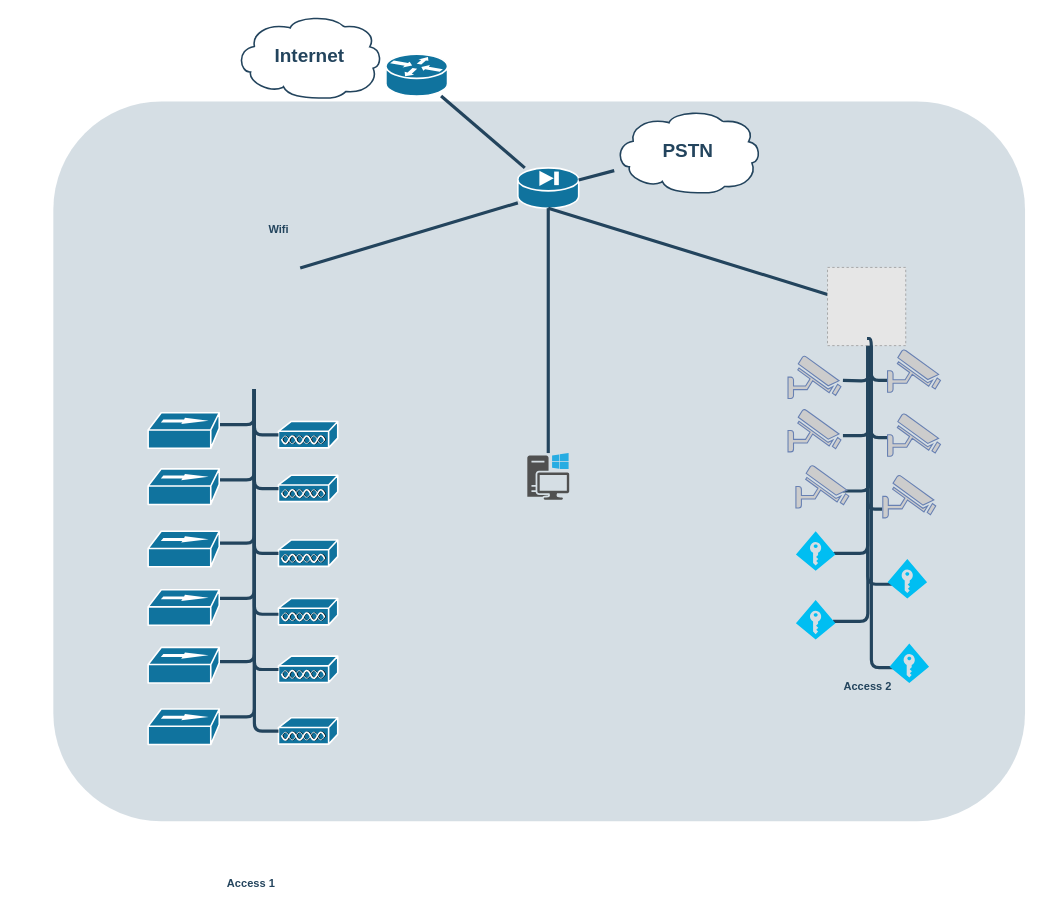
0002itz/pruevas-registro-de-seguridad keeps this draw.io diagram as Atualidad de SDM.drawio. Above is the earlier version. Source tidied: cells renumbered, new cells numbered last; positions are measured from the earlier drawing's top-left corner, leaving out a move shared by most shapes. Both pictures are drawn from the tidied source at 79%, with x=0, y=0 at pixel (53, 14). Pictures stored in the file or linked from it are replaced by grey dashed boxes.
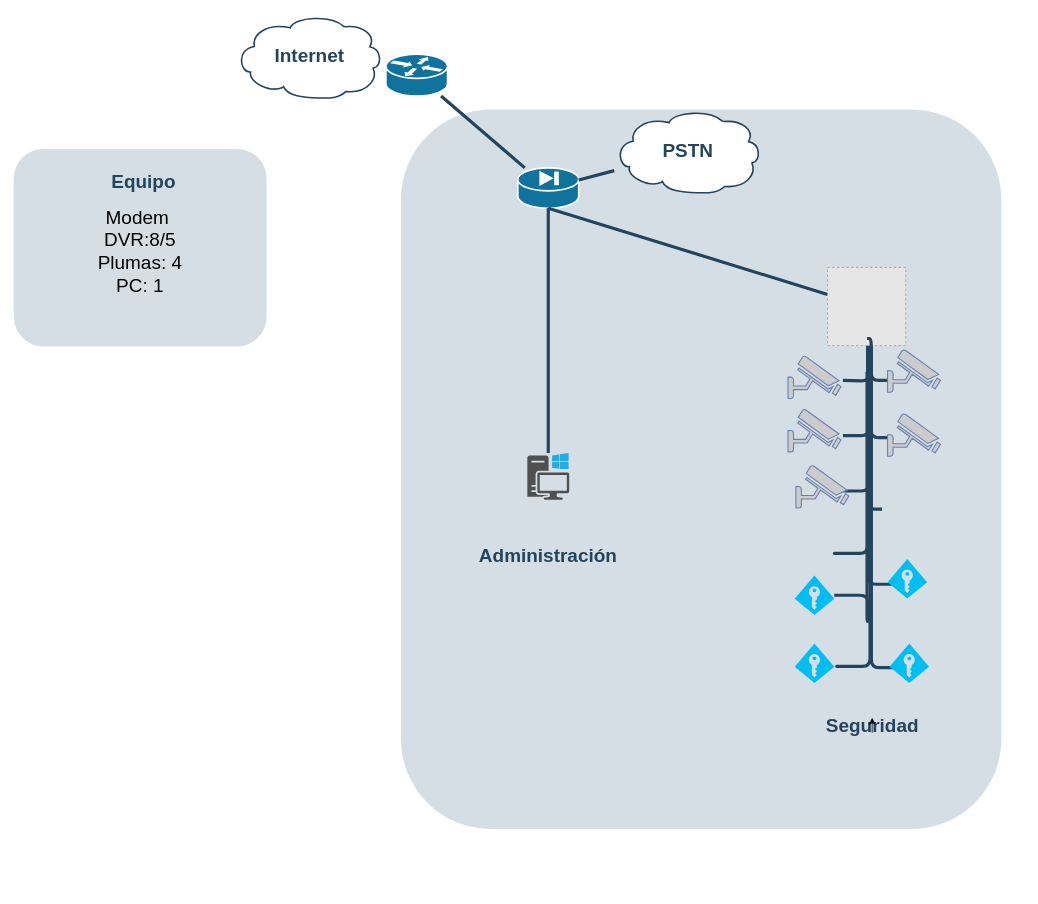
Above is the later version.

What changed in the source:
```diff
@@
     <mxCell id="2" style="rounded=1;whiteSpace=wrap;html=1;strokeColor=none;fillColor=#BAC8D3;fontSize=24;fontColor=#23445D;align=center;opacity=60;" parent="1" vertex="1">
-      <mxGeometry y="110" width="1230" height="911" as="geometry" />
+      <mxGeometry x="440" y="120" width="760" height="911" as="geometry" />
     </mxCell>
@@
-    <mxCell id="6" style="shape=mxgraph.cisco.misc.access_point;html=1;dashed=0;fillColor=#10739E;strokeColor=#ffffff;strokeWidth=2;verticalLabelPosition=bottom;verticalAlign=top;fontFamily=Helvetica;fontSize=36;fontColor=#FFB366;" parent="1" vertex="1">
-      <mxGeometry x="285" y="515" width="75" height="34" as="geometry" />
-    </mxCell>
-    <mxCell id="7" style="shape=mxgraph.cisco.misc.access_point;html=1;dashed=0;fillColor=#10739E;strokeColor=#ffffff;strokeWidth=2;verticalLabelPosition=bottom;verticalAlign=top;fontFamily=Helvetica;fontSize=36;fontColor=#FFB366;" parent="1" vertex="1">
-      <mxGeometry x="285" y="583" width="75" height="34" as="geometry" />
-    </mxCell>
-    <mxCell id="8" style="shape=mxgraph.cisco.misc.access_point;html=1;dashed=0;fillColor=#10739E;strokeColor=#ffffff;strokeWidth=2;verticalLabelPosition=bottom;verticalAlign=top;fontFamily=Helvetica;fontSize=36;fontColor=#FFB366;" parent="1" vertex="1">
-      <mxGeometry x="285" y="812" width="75" height="34" as="geometry" />
-    </mxCell>
-    <mxCell id="9" style="shape=mxgraph.cisco.misc.access_point;html=1;dashed=0;fillColor=#10739E;strokeColor=#ffffff;strokeWidth=2;verticalLabelPosition=bottom;verticalAlign=top;fontFamily=Helvetica;fontSize=36;fontColor=#FFB366;" parent="1" vertex="1">
-      <mxGeometry x="285" y="665" width="75" height="34" as="geometry" />
-    </mxCell>
-    <mxCell id="10" style="shape=mxgraph.cisco.misc.access_point;html=1;dashed=0;fillColor=#10739E;strokeColor=#ffffff;strokeWidth=2;verticalLabelPosition=bottom;verticalAlign=top;fontFamily=Helvetica;fontSize=36;fontColor=#FFB366;" parent="1" vertex="1">
-      <mxGeometry x="285" y="890" width="75" height="34" as="geometry" />
-    </mxCell>
-    <mxCell id="11" style="shape=mxgraph.cisco.misc.access_point;html=1;dashed=0;fillColor=#10739E;strokeColor=#ffffff;strokeWidth=2;verticalLabelPosition=bottom;verticalAlign=top;fontFamily=Helvetica;fontSize=36;fontColor=#FFB366;" parent="1" vertex="1">
-      <mxGeometry x="285" y="739" width="75" height="34" as="geometry" />
-    </mxCell>
-    <mxCell id="12" style="shape=mxgraph.cisco.hubs_and_gateways.100baset_hub;html=1;dashed=0;fillColor=#10739E;strokeColor=#ffffff;strokeWidth=2;verticalLabelPosition=bottom;verticalAlign=top;fontFamily=Helvetica;fontSize=36;fontColor=#FFB366;" parent="1" vertex="1">
-      <mxGeometry x="120" y="504" width="90" height="45" as="geometry" />
-    </mxCell>
-    <mxCell id="13" style="shape=mxgraph.cisco.hubs_and_gateways.100baset_hub;html=1;dashed=0;fillColor=#10739E;strokeColor=#ffffff;strokeWidth=2;verticalLabelPosition=bottom;verticalAlign=top;fontFamily=Helvetica;fontSize=36;fontColor=#FFB366;" parent="1" vertex="1">
-      <mxGeometry x="120" y="801" width="90" height="45" as="geometry" />
-    </mxCell>
-    <mxCell id="14" style="shape=mxgraph.cisco.hubs_and_gateways.100baset_hub;html=1;dashed=0;fillColor=#10739E;strokeColor=#ffffff;strokeWidth=2;verticalLabelPosition=bottom;verticalAlign=top;fontFamily=Helvetica;fontSize=36;fontColor=#FFB366;" parent="1" vertex="1">
-      <mxGeometry x="120" y="575" width="90" height="45" as="geometry" />
-    </mxCell>
-    <mxCell id="15" style="shape=mxgraph.cisco.hubs_and_gateways.100baset_hub;html=1;dashed=0;fillColor=#10739E;strokeColor=#ffffff;strokeWidth=2;verticalLabelPosition=bottom;verticalAlign=top;fontFamily=Helvetica;fontSize=36;fontColor=#FFB366;" parent="1" vertex="1">
-      <mxGeometry x="120" y="654" width="90" height="45" as="geometry" />
-    </mxCell>
-    <mxCell id="16" style="shape=mxgraph.cisco.hubs_and_gateways.100baset_hub;html=1;dashed=0;fillColor=#10739E;strokeColor=#ffffff;strokeWidth=2;verticalLabelPosition=bottom;verticalAlign=top;fontFamily=Helvetica;fontSize=36;fontColor=#FFB366;" parent="1" vertex="1">
-      <mxGeometry x="120" y="728" width="90" height="45" as="geometry" />
-    </mxCell>
@@
-    <mxCell id="18" style="shape=mxgraph.cisco.hubs_and_gateways.100baset_hub;html=1;dashed=0;fillColor=#10739E;strokeColor=#ffffff;strokeWidth=2;verticalLabelPosition=bottom;verticalAlign=top;fontFamily=Helvetica;fontSize=36;fontColor=#FFB366;" parent="1" vertex="1">
-      <mxGeometry x="120" y="879" width="90" height="45" as="geometry" />
-    </mxCell>
@@
-    <mxCell id="21" style="edgeStyle=none;rounded=1;html=1;strokeColor=#23445D;endArrow=none;endFill=0;strokeWidth=4;" parent="1" edge="1">
-      <mxGeometry relative="1" as="geometry">
-        <mxPoint x="588" y="238.3" as="sourcePoint" />
-        <mxPoint x="312.5" y="320.7" as="targetPoint" />
-      </mxGeometry>
-    </mxCell>
@@
-    <mxCell id="24" style="edgeStyle=orthogonalEdgeStyle;rounded=1;html=1;strokeColor=#23445D;endArrow=none;endFill=0;strokeWidth=4;" parent="1" edge="1">
-      <mxGeometry relative="1" as="geometry">
-        <mxPoint x="254.5" y="474" as="sourcePoint" />
-        <mxPoint x="211" y="519" as="targetPoint" />
-        <Array as="points">
-          <mxPoint x="255" y="519" />
-        </Array>
-      </mxGeometry>
-    </mxCell>
-    <mxCell id="25" style="edgeStyle=orthogonalEdgeStyle;rounded=1;html=1;strokeColor=#23445D;endArrow=none;endFill=0;strokeWidth=4;" parent="1" edge="1">
-      <mxGeometry relative="1" as="geometry">
-        <mxPoint x="254.5" y="474" as="sourcePoint" />
-        <mxPoint x="211" y="589" as="targetPoint" />
-        <Array as="points">
-          <mxPoint x="255" y="589" />
-        </Array>
-      </mxGeometry>
-    </mxCell>
-    <mxCell id="26" style="edgeStyle=orthogonalEdgeStyle;rounded=1;html=1;strokeColor=#23445D;endArrow=none;endFill=0;strokeWidth=4;" parent="1" edge="1">
-      <mxGeometry relative="1" as="geometry">
-        <mxPoint x="254.5" y="474" as="sourcePoint" />
-        <mxPoint x="211" y="669" as="targetPoint" />
-        <Array as="points">
-          <mxPoint x="255" y="669" />
-        </Array>
-      </mxGeometry>
-    </mxCell>
-    <mxCell id="27" style="edgeStyle=orthogonalEdgeStyle;rounded=1;html=1;strokeColor=#23445D;endArrow=none;endFill=0;strokeWidth=4;" parent="1" edge="1">
-      <mxGeometry relative="1" as="geometry">
-        <mxPoint x="254.5" y="474" as="sourcePoint" />
-        <mxPoint x="211" y="739" as="targetPoint" />
-        <Array as="points">
-          <mxPoint x="255" y="739" />
-        </Array>
-      </mxGeometry>
-    </mxCell>
-    <mxCell id="28" style="edgeStyle=orthogonalEdgeStyle;rounded=1;html=1;strokeColor=#23445D;endArrow=none;endFill=0;strokeWidth=4;" parent="1" edge="1" target="6">
-      <mxGeometry relative="1" as="geometry">
-        <mxPoint x="254.5" y="474" as="sourcePoint" />
-        <Array as="points">
-          <mxPoint x="255" y="532" />
-        </Array>
-      </mxGeometry>
-    </mxCell>
-    <mxCell id="29" style="edgeStyle=orthogonalEdgeStyle;rounded=1;html=1;strokeColor=#23445D;endArrow=none;endFill=0;strokeWidth=4;" parent="1" edge="1" target="7">
-      <mxGeometry relative="1" as="geometry">
-        <mxPoint x="254.5" y="474" as="sourcePoint" />
-        <Array as="points">
-          <mxPoint x="255" y="600" />
-        </Array>
-      </mxGeometry>
-    </mxCell>
-    <mxCell id="30" style="edgeStyle=orthogonalEdgeStyle;rounded=1;html=1;strokeColor=#23445D;endArrow=none;endFill=0;strokeWidth=4;" parent="1" edge="1" target="9">
-      <mxGeometry relative="1" as="geometry">
-        <mxPoint x="254.5" y="474" as="sourcePoint" />
-        <Array as="points">
-          <mxPoint x="255" y="682" />
-        </Array>
-      </mxGeometry>
-    </mxCell>
-    <mxCell id="31" style="edgeStyle=orthogonalEdgeStyle;rounded=1;html=1;strokeColor=#23445D;endArrow=none;endFill=0;strokeWidth=4;" parent="1" edge="1" target="11">
-      <mxGeometry relative="1" as="geometry">
-        <mxPoint x="254.5" y="474" as="sourcePoint" />
-        <Array as="points">
-          <mxPoint x="255" y="759" />
-        </Array>
-      </mxGeometry>
-    </mxCell>
@@
-    <mxCell id="37" style="edgeStyle=orthogonalEdgeStyle;rounded=1;html=1;strokeColor=#23445D;endArrow=none;endFill=0;strokeWidth=4;" parent="1" edge="1">
-      <mxGeometry relative="1" as="geometry">
-        <mxPoint x="254.5" y="474" as="sourcePoint" />
-        <mxPoint x="211" y="819" as="targetPoint" />
-        <Array as="points">
-          <mxPoint x="255" y="819" />
-        </Array>
-      </mxGeometry>
-    </mxCell>
-    <mxCell id="38" style="edgeStyle=orthogonalEdgeStyle;rounded=1;html=1;strokeColor=#23445D;endArrow=none;endFill=0;strokeWidth=4;" parent="1" edge="1">
-      <mxGeometry relative="1" as="geometry">
-        <mxPoint x="254.5" y="474" as="sourcePoint" />
-        <mxPoint x="211" y="889" as="targetPoint" />
-        <Array as="points">
-          <mxPoint x="255" y="889" />
-        </Array>
-      </mxGeometry>
-    </mxCell>
-    <mxCell id="39" style="edgeStyle=orthogonalEdgeStyle;rounded=1;html=1;strokeColor=#23445D;endArrow=none;endFill=0;strokeWidth=4;" parent="1" edge="1" target="8">
-      <mxGeometry relative="1" as="geometry">
-        <mxPoint x="254.5" y="474" as="sourcePoint" />
-        <Array as="points">
-          <mxPoint x="255" y="829" />
-        </Array>
-      </mxGeometry>
-    </mxCell>
-    <mxCell id="40" style="edgeStyle=orthogonalEdgeStyle;rounded=1;html=1;strokeColor=#23445D;endArrow=none;endFill=0;strokeWidth=4;" parent="1" edge="1" target="10">
-      <mxGeometry relative="1" as="geometry">
-        <mxPoint x="254.5" y="474" as="sourcePoint" />
-        <Array as="points">
-          <mxPoint x="255" y="907" />
-        </Array>
-      </mxGeometry>
-    </mxCell>
-    <mxCell id="41" value="Access 2" style="rounded=1;whiteSpace=wrap;html=1;strokeColor=none;fillColor=none;fontSize=14;fontColor=#23445D;align=center;fontStyle=1;" parent="1" vertex="1">
-      <mxGeometry x="983" y="840" width="96" height="19" as="geometry" />
+    <mxCell id="41" value="&lt;font style=&quot;font-size: 24px;&quot;&gt;Seguridad&lt;/font&gt;" style="rounded=1;whiteSpace=wrap;html=1;strokeColor=none;fillColor=none;fontSize=14;fontColor=#23445D;align=center;fontStyle=1;" parent="1" vertex="1">
+      <mxGeometry x="988.5" y="890" width="96" height="19" as="geometry" />
     </mxCell>
-    <mxCell id="42" value="&lt;font color=&quot;#23445d&quot;&gt;Wifi&lt;br&gt;&lt;br&gt;&lt;/font&gt;" style="rounded=1;whiteSpace=wrap;html=1;strokeColor=none;fillColor=none;fontSize=14;fontColor=#742B21;align=center;fontStyle=1;" parent="1" vertex="1">
-      <mxGeometry x="230.5" y="270" width="109" height="19" as="geometry" />
+    <mxCell id="42" value="&lt;font color=&quot;#23445d&quot;&gt;&lt;font style=&quot;font-size: 24px;&quot;&gt;Administración&lt;/font&gt;&lt;br&gt;&lt;/font&gt;" style="rounded=1;whiteSpace=wrap;html=1;strokeColor=none;fillColor=none;fontSize=14;fontColor=#742B21;align=center;fontStyle=1;" parent="1" vertex="1">
+      <mxGeometry x="572" y="676" width="109" height="19" as="geometry" />
     </mxCell>
-    <mxCell id="43" value="Access 1" style="rounded=1;whiteSpace=wrap;html=1;strokeColor=none;fillColor=none;fontSize=14;fontColor=#23445D;align=center;fontStyle=1;" parent="1" vertex="1">
-      <mxGeometry x="204" y="1090" width="93" height="19" as="geometry" />
-    </mxCell>
@@
-    <mxCell id="46" style="edgeStyle=orthogonalEdgeStyle;rounded=1;html=1;endArrow=none;endFill=0;strokeColor=#23445D;strokeWidth=4;fontSize=14;fontColor=#990000;" parent="1" edge="1">
+    <mxCell id="46" style="edgeStyle=orthogonalEdgeStyle;rounded=1;html=1;endArrow=none;endFill=0;strokeColor=#23445D;strokeWidth=4;fontSize=14;fontColor=#990000;" parent="1" edge="1" target="59">
       <mxGeometry relative="1" as="geometry">
         <mxPoint x="1030" y="452" as="sourcePoint" />
-        <mxPoint x="987" y="768" as="targetPoint" />
         <Array as="points">
+          <mxPoint x="1030" y="768" />
           <mxPoint x="1031" y="768" />
+          <mxPoint x="1031" y="735" />
         </Array>
       </mxGeometry>
     </mxCell>
@@
-    <mxCell id="55" style="fontColor=#0066CC;verticalAlign=top;verticalLabelPosition=bottom;labelPosition=center;align=center;html=1;fillColor=#CCCCCC;strokeColor=#6881B3;gradientColor=none;gradientDirection=north;strokeWidth=2;shape=mxgraph.networks.security_camera;" parent="1" vertex="1">
-      <mxGeometry x="1050" y="583" width="67" height="54" as="geometry" />
-    </mxCell>
@@
     <mxCell id="58" style="verticalLabelPosition=bottom;html=1;verticalAlign=top;align=center;strokeColor=none;fillColor=#00BEF2;shape=mxgraph.azure.access_control;" parent="1" vertex="1">
-      <mxGeometry x="940" y="654" width="50" height="50" as="geometry" />
+      <mxGeometry x="938.5" y="796" width="50" height="50" as="geometry" />
     </mxCell>
     <mxCell id="59" style="verticalLabelPosition=bottom;html=1;verticalAlign=top;align=center;strokeColor=none;fillColor=#00BEF2;shape=mxgraph.azure.access_control;" parent="1" vertex="1">
-      <mxGeometry x="940" y="741" width="50" height="50" as="geometry" />
+      <mxGeometry x="938.5" y="710" width="50" height="50" as="geometry" />
     </mxCell>
@@
+    <mxCell id="62" style="edgeStyle=orthogonalEdgeStyle;rounded=1;html=1;endArrow=none;endFill=0;strokeColor=#23445D;strokeWidth=4;fontSize=14;fontColor=#990000;" parent="1" edge="1">
+      <mxGeometry relative="1" as="geometry">
+        <mxPoint x="1033.8" y="525" as="sourcePoint" />
+        <mxPoint x="994" y="825" as="targetPoint" />
+        <Array as="points">
+          <mxPoint x="1034" y="825" />
+          <mxPoint x="990" y="825" />
+        </Array>
+      </mxGeometry>
+    </mxCell>
+    <mxCell id="63" style="edgeStyle=orthogonalEdgeStyle;rounded=0;orthogonalLoop=1;jettySize=auto;html=1;exitX=0.5;exitY=1;exitDx=0;exitDy=0;entryX=0.5;entryY=0;entryDx=0;entryDy=0;" parent="1" edge="1" source="41" target="41">
+      <mxGeometry relative="1" as="geometry" />
+    </mxCell>
+    <mxCell id="64" style="rounded=1;whiteSpace=wrap;html=1;strokeColor=none;fillColor=#BAC8D3;fontSize=24;fontColor=#23445D;align=center;opacity=60;" parent="1" vertex="1">
+      <mxGeometry x="-50" y="170" width="320" height="250" as="geometry" />
+    </mxCell>
+    <mxCell id="65" value="&lt;font color=&quot;#23445d&quot;&gt;&lt;span style=&quot;font-size: 24px;&quot;&gt;Equipo&lt;br&gt;&lt;/span&gt;&lt;br&gt;&lt;/font&gt;" style="rounded=1;whiteSpace=wrap;html=1;strokeColor=none;fillColor=none;fontSize=14;fontColor=#742B21;align=center;fontStyle=1;" parent="1" vertex="1">
+      <mxGeometry x="60" y="210" width="109" height="19" as="geometry" />
+    </mxCell>
+    <mxCell id="66" value="&lt;font style=&quot;font-size: 24px;&quot;&gt;Modem&amp;nbsp;&lt;br&gt;DVR:8/5&lt;br&gt;Plumas: 4&lt;br&gt;PC: 1&lt;br&gt;&lt;br&gt;&lt;/font&gt;" style="text;html=1;strokeColor=none;fillColor=none;align=center;verticalAlign=middle;whiteSpace=wrap;rounded=0;" parent="1" vertex="1">
+      <mxGeometry x="30" y="300" width="160" height="30" as="geometry" />
+    </mxCell>
```
